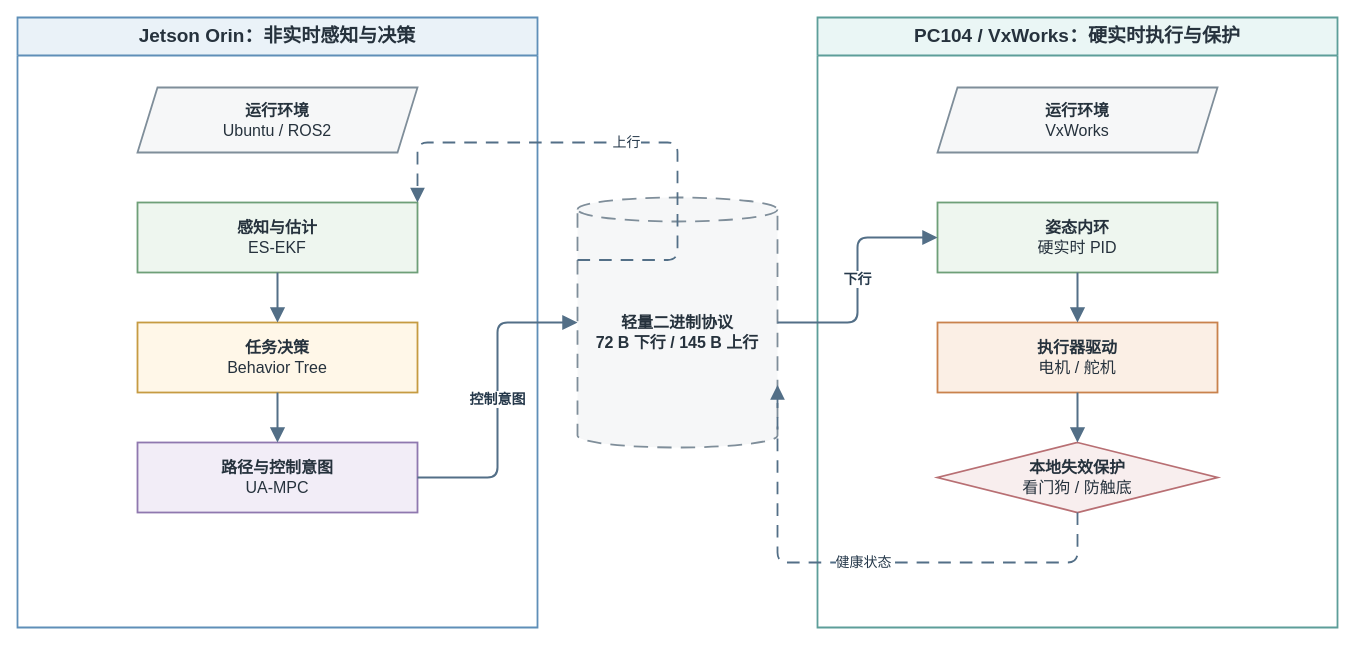
This is docs/thesis/figures/architecture/auv_v2_dual_brain_async_hardware.drawio from 360ZMEM/AUV-Master-Project, a draw.io file, before an edit. Source tidied: cells renumbered, new cells numbered last; positions are measured from the earlier drawing's top-left corner, leaving out a move shared by most shapes. Both pictures are drawn from the tidied source at 100%, with x=0, y=0 at pixel (17, 17).
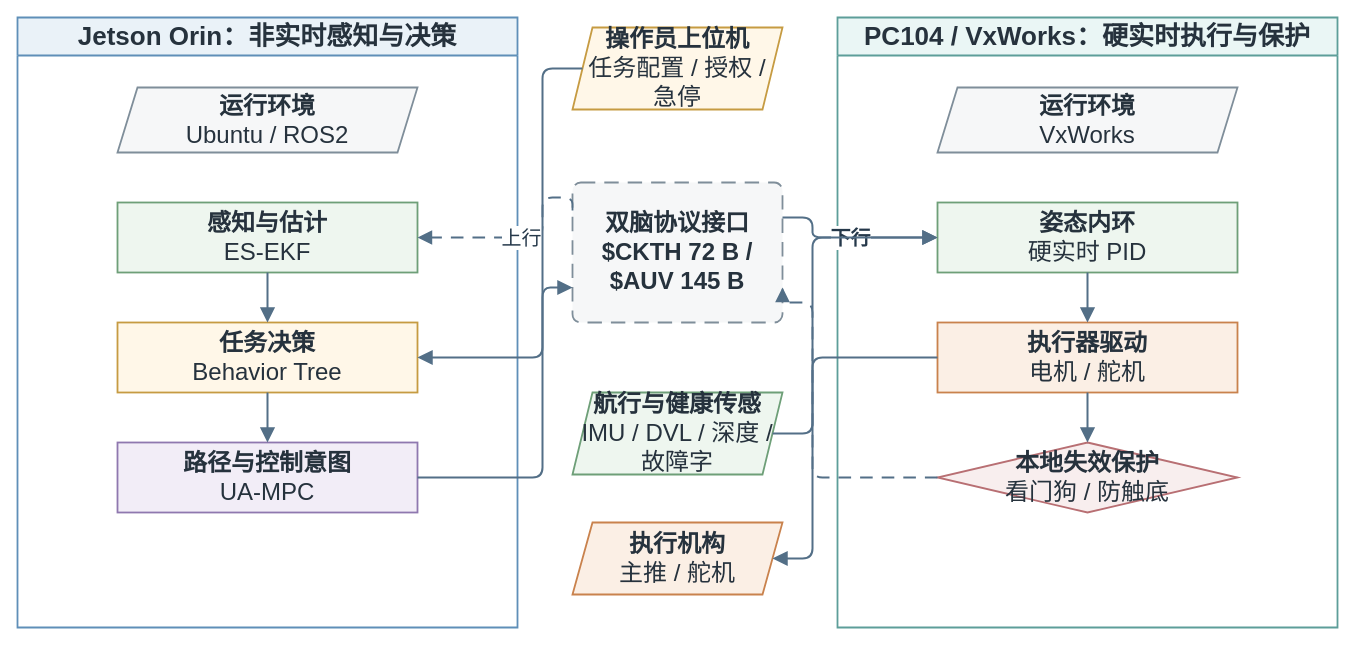
The same page after the edit.

Diff of the diagram source:
```diff
@@
-    <mxCell id="2" value="Jetson Orin：非实时感知与决策" style="swimlane;whiteSpace=wrap;html=1;startSize=38;rounded=0;fillColor=#EAF2F8;strokeColor=#5F8FB8;strokeWidth=1.8;fontFamily=Songti SC;fontSize=19;fontStyle=1;fontColor=#26323D;" parent="1" vertex="1">
-      <mxGeometry width="520" height="610" as="geometry" />
+    <mxCell id="2" value="Jetson Orin：非实时感知与决策" style="swimlane;whiteSpace=wrap;html=1;startSize=38;rounded=0;fillColor=#EAF2F8;strokeColor=#5F8FB8;strokeWidth=1.8;fontFamily=Songti SC;fontSize=26;fontStyle=1;fontColor=#26323D;" parent="1" vertex="1">
+      <mxGeometry width="500" height="610" as="geometry" />
     </mxCell>
-    <mxCell id="3" value="PC104 / VxWorks：硬实时执行与保护" style="swimlane;whiteSpace=wrap;html=1;startSize=38;rounded=0;fillColor=#EAF6F5;strokeColor=#5D9E99;strokeWidth=1.8;fontFamily=Songti SC;fontSize=19;fontStyle=1;fontColor=#26323D;" parent="1" vertex="1">
-      <mxGeometry x="800" width="520" height="610" as="geometry" />
+    <mxCell id="3" value="PC104 / VxWorks：硬实时执行与保护" style="swimlane;whiteSpace=wrap;html=1;startSize=38;rounded=0;fillColor=#EAF6F5;strokeColor=#5D9E99;strokeWidth=1.8;fontFamily=Songti SC;fontSize=26;fontStyle=1;fontColor=#26323D;" parent="1" vertex="1">
+      <mxGeometry x="820" width="500" height="610" as="geometry" />
     </mxCell>
+    <mxCell id="21" value="&lt;b&gt;操作员上位机&lt;/b&gt;&lt;br&gt;任务配置 / 授权 / 急停" style="shape=parallelogram;perimeter=parallelogramPerimeter;fixedSize=1;whiteSpace=wrap;html=1;align=center;verticalAlign=middle;fillColor=#FFF7E8;strokeColor=#C69B42;strokeWidth=1.8;spacing=8;fontFamily=Songti SC;fontSize=24;fontColor=#26323D;" parent="1" vertex="1">
+      <mxGeometry x="555" y="10" width="210" height="82" as="geometry" />
+    </mxCell>
-    <mxCell id="4" value="&lt;b&gt;轻量二进制协议&lt;/b&gt;&lt;br&gt;72 B 下行 / 145 B 上行" style="shape=cylinder3;boundedLbl=1;backgroundOutline=1;size=12;whiteSpace=wrap;html=1;align=center;verticalAlign=middle;fillColor=#F6F7F8;strokeColor=#7F8E9A;strokeWidth=1.8;spacing=8;fontFamily=Songti SC;fontSize=16;fontColor=#26323D;dashed=1;dashPattern=8 5;fontStyle=1;" parent="1" vertex="1">
-      <mxGeometry x="560" y="180" width="200" height="250" as="geometry" />
+    <mxCell id="4" value="&lt;b&gt;双脑协议接口&lt;/b&gt;&lt;br&gt;$CKTH 72 B / $AUV 145 B" style="rounded=1;arcSize=6;whiteSpace=wrap;html=1;align=center;verticalAlign=middle;fillColor=#F6F7F8;strokeColor=#7F8E9A;strokeWidth=1.8;spacing=8;fontFamily=Songti SC;fontSize=24;fontColor=#26323D;dashed=1;dashPattern=8 5;fontStyle=1;" parent="1" vertex="1">
+      <mxGeometry x="555" y="165" width="210" height="140" as="geometry" />
     </mxCell>
+    <mxCell id="22" value="&lt;b&gt;航行与健康传感&lt;/b&gt;&lt;br&gt;IMU / DVL / 深度 / 故障字" style="shape=parallelogram;perimeter=parallelogramPerimeter;fixedSize=1;whiteSpace=wrap;html=1;align=center;verticalAlign=middle;fillColor=#EEF6EF;strokeColor=#6E9F78;strokeWidth=1.8;spacing=8;fontFamily=Songti SC;fontSize=24;fontColor=#26323D;" parent="1" vertex="1">
+      <mxGeometry x="555" y="375" width="210" height="82" as="geometry" />
+    </mxCell>
+    <mxCell id="23" value="&lt;b&gt;执行机构&lt;/b&gt;&lt;br&gt;主推 / 舵机" style="shape=parallelogram;perimeter=parallelogramPerimeter;fixedSize=1;whiteSpace=wrap;html=1;align=center;verticalAlign=middle;fillColor=#FBEFE5;strokeColor=#C9824D;strokeWidth=1.8;spacing=8;fontFamily=Songti SC;fontSize=24;fontColor=#26323D;" parent="1" vertex="1">
+      <mxGeometry x="555" y="505" width="210" height="72" as="geometry" />
+    </mxCell>
-    <mxCell id="5" value="&lt;b&gt;运行环境&lt;/b&gt;&lt;br&gt;Ubuntu / ROS2" style="shape=parallelogram;perimeter=parallelogramPerimeter;fixedSize=1;whiteSpace=wrap;html=1;align=center;verticalAlign=middle;fillColor=#F6F7F8;strokeColor=#7F8E9A;strokeWidth=1.8;spacing=8;fontFamily=Songti SC;fontSize=16;fontColor=#26323D;" parent="2" vertex="1">
-      <mxGeometry x="120" y="70" width="280" height="65" as="geometry" />
+    <mxCell id="5" value="&lt;b&gt;运行环境&lt;/b&gt;&lt;br&gt;Ubuntu / ROS2" style="shape=parallelogram;perimeter=parallelogramPerimeter;fixedSize=1;whiteSpace=wrap;html=1;align=center;verticalAlign=middle;fillColor=#F6F7F8;strokeColor=#7F8E9A;strokeWidth=1.8;spacing=8;fontFamily=Songti SC;fontSize=24;fontColor=#26323D;" parent="2" vertex="1">
+      <mxGeometry x="100" y="70" width="300" height="65" as="geometry" />
     </mxCell>
-    <mxCell id="6" value="&lt;b&gt;感知与估计&lt;/b&gt;&lt;br&gt;ES-EKF" style="rounded=0;whiteSpace=wrap;html=1;align=center;verticalAlign=middle;fillColor=#EEF6EF;strokeColor=#6E9F78;strokeWidth=1.8;spacing=8;fontFamily=Songti SC;fontSize=16;fontColor=#26323D;" parent="2" vertex="1">
-      <mxGeometry x="120" y="185" width="280" height="70" as="geometry" />
+    <mxCell id="6" value="&lt;b&gt;感知与估计&lt;/b&gt;&lt;br&gt;ES-EKF" style="rounded=0;whiteSpace=wrap;html=1;align=center;verticalAlign=middle;fillColor=#EEF6EF;strokeColor=#6E9F78;strokeWidth=1.8;spacing=8;fontFamily=Songti SC;fontSize=24;fontColor=#26323D;" parent="2" vertex="1">
+      <mxGeometry x="100" y="185" width="300" height="70" as="geometry" />
     </mxCell>
-    <mxCell id="7" value="&lt;b&gt;任务决策&lt;/b&gt;&lt;br&gt;Behavior Tree" style="rounded=0;whiteSpace=wrap;html=1;align=center;verticalAlign=middle;fillColor=#FFF7E8;strokeColor=#C69B42;strokeWidth=1.8;spacing=8;fontFamily=Songti SC;fontSize=16;fontColor=#26323D;" parent="2" vertex="1">
-      <mxGeometry x="120" y="305" width="280" height="70" as="geometry" />
+    <mxCell id="7" value="&lt;b&gt;任务决策&lt;/b&gt;&lt;br&gt;Behavior Tree" style="rounded=0;whiteSpace=wrap;html=1;align=center;verticalAlign=middle;fillColor=#FFF7E8;strokeColor=#C69B42;strokeWidth=1.8;spacing=8;fontFamily=Songti SC;fontSize=24;fontColor=#26323D;" parent="2" vertex="1">
+      <mxGeometry x="100" y="305" width="300" height="70" as="geometry" />
     </mxCell>
-    <mxCell id="8" value="&lt;b&gt;路径与控制意图&lt;/b&gt;&lt;br&gt;UA-MPC" style="rounded=0;whiteSpace=wrap;html=1;align=center;verticalAlign=middle;fillColor=#F2EDF7;strokeColor=#8F78AF;strokeWidth=1.8;spacing=8;fontFamily=Songti SC;fontSize=16;fontColor=#26323D;" parent="2" vertex="1">
-      <mxGeometry x="120" y="425" width="280" height="70" as="geometry" />
+    <mxCell id="8" value="&lt;b&gt;路径与控制意图&lt;/b&gt;&lt;br&gt;UA-MPC" style="rounded=0;whiteSpace=wrap;html=1;align=center;verticalAlign=middle;fillColor=#F2EDF7;strokeColor=#8F78AF;strokeWidth=1.8;spacing=8;fontFamily=Songti SC;fontSize=24;fontColor=#26323D;" parent="2" vertex="1">
+      <mxGeometry x="100" y="425" width="300" height="70" as="geometry" />
     </mxCell>
-    <mxCell id="9" value="&lt;b&gt;运行环境&lt;/b&gt;&lt;br&gt;VxWorks" style="shape=parallelogram;perimeter=parallelogramPerimeter;fixedSize=1;whiteSpace=wrap;html=1;align=center;verticalAlign=middle;fillColor=#F6F7F8;strokeColor=#7F8E9A;strokeWidth=1.8;spacing=8;fontFamily=Songti SC;fontSize=16;fontColor=#26323D;" parent="3" vertex="1">
-      <mxGeometry x="120" y="70" width="280" height="65" as="geometry" />
+    <mxCell id="9" value="&lt;b&gt;运行环境&lt;/b&gt;&lt;br&gt;VxWorks" style="shape=parallelogram;perimeter=parallelogramPerimeter;fixedSize=1;whiteSpace=wrap;html=1;align=center;verticalAlign=middle;fillColor=#F6F7F8;strokeColor=#7F8E9A;strokeWidth=1.8;spacing=8;fontFamily=Songti SC;fontSize=24;fontColor=#26323D;" parent="3" vertex="1">
+      <mxGeometry x="100" y="70" width="300" height="65" as="geometry" />
     </mxCell>
-    <mxCell id="10" value="&lt;b&gt;姿态内环&lt;/b&gt;&lt;br&gt;硬实时 PID" style="rounded=0;whiteSpace=wrap;html=1;align=center;verticalAlign=middle;fillColor=#EEF6EF;strokeColor=#6E9F78;strokeWidth=1.8;spacing=8;fontFamily=Songti SC;fontSize=16;fontColor=#26323D;" parent="3" vertex="1">
-      <mxGeometry x="120" y="185" width="280" height="70" as="geometry" />
+    <mxCell id="10" value="&lt;b&gt;姿态内环&lt;/b&gt;&lt;br&gt;硬实时 PID" style="rounded=0;whiteSpace=wrap;html=1;align=center;verticalAlign=middle;fillColor=#EEF6EF;strokeColor=#6E9F78;strokeWidth=1.8;spacing=8;fontFamily=Songti SC;fontSize=24;fontColor=#26323D;" parent="3" vertex="1">
+      <mxGeometry x="100" y="185" width="300" height="70" as="geometry" />
     </mxCell>
-    <mxCell id="11" value="&lt;b&gt;执行器驱动&lt;/b&gt;&lt;br&gt;电机 / 舵机" style="rounded=0;whiteSpace=wrap;html=1;align=center;verticalAlign=middle;fillColor=#FBEFE5;strokeColor=#C9824D;strokeWidth=1.8;spacing=8;fontFamily=Songti SC;fontSize=16;fontColor=#26323D;" parent="3" vertex="1">
-      <mxGeometry x="120" y="305" width="280" height="70" as="geometry" />
+    <mxCell id="11" value="&lt;b&gt;执行器驱动&lt;/b&gt;&lt;br&gt;电机 / 舵机" style="rounded=0;whiteSpace=wrap;html=1;align=center;verticalAlign=middle;fillColor=#FBEFE5;strokeColor=#C9824D;strokeWidth=1.8;spacing=8;fontFamily=Songti SC;fontSize=24;fontColor=#26323D;" parent="3" vertex="1">
+      <mxGeometry x="100" y="305" width="300" height="70" as="geometry" />
     </mxCell>
-    <mxCell id="12" value="&lt;b&gt;本地失效保护&lt;/b&gt;&lt;br&gt;看门狗 / 防触底" style="rhombus;whiteSpace=wrap;html=1;align=center;verticalAlign=middle;fillColor=#F8EEEE;strokeColor=#B86F73;strokeWidth=1.8;spacing=8;fontFamily=Songti SC;fontSize=16;fontColor=#26323D;" parent="3" vertex="1">
-      <mxGeometry x="120" y="425" width="280" height="70" as="geometry" />
+    <mxCell id="12" value="&lt;b&gt;本地失效保护&lt;/b&gt;&lt;br&gt;看门狗 / 防触底" style="rhombus;whiteSpace=wrap;html=1;align=center;verticalAlign=middle;fillColor=#F8EEEE;strokeColor=#B86F73;strokeWidth=1.8;spacing=8;fontFamily=Songti SC;fontSize=24;fontColor=#26323D;" parent="3" vertex="1">
+      <mxGeometry x="100" y="425" width="300" height="70" as="geometry" />
     </mxCell>
-    <mxCell id="13" style="edgeStyle=orthogonalEdgeStyle;rounded=1;jettySize=auto;html=1;strokeColor=#536F87;strokeWidth=2.0;fontFamily=Songti SC;fontSize=14;fontStyle=1;fontColor=#25384A;labelBackgroundColor=#FFFFFF;labelBorderColor=none;endArrow=block;endFill=1;endSize=10;exitX=0.5;exitY=1;entryX=0.5;entryY=0;" parent="1" edge="1" source="6" target="7">
+    <mxCell id="13" style="edgeStyle=orthogonalEdgeStyle;rounded=1;jettySize=auto;html=1;strokeColor=#536F87;strokeWidth=2.0;fontFamily=Songti SC;fontSize=20;fontStyle=1;fontColor=#25384A;labelBackgroundColor=#FFFFFF;labelBorderColor=none;endArrow=block;endFill=1;endSize=10;exitX=0.5;exitY=1;entryX=0.5;entryY=0;" parent="1" edge="1" source="6" target="7">
       <mxGeometry relative="1" as="geometry" />
     </mxCell>
-    <mxCell id="14" style="edgeStyle=orthogonalEdgeStyle;rounded=1;jettySize=auto;html=1;strokeColor=#536F87;strokeWidth=2.0;fontFamily=Songti SC;fontSize=14;fontStyle=1;fontColor=#25384A;labelBackgroundColor=#FFFFFF;labelBorderColor=none;endArrow=block;endFill=1;endSize=10;exitX=0.5;exitY=1;entryX=0.5;entryY=0;" parent="1" edge="1" source="7" target="8">
+    <mxCell id="14" style="edgeStyle=orthogonalEdgeStyle;rounded=1;jettySize=auto;html=1;strokeColor=#536F87;strokeWidth=2.0;fontFamily=Songti SC;fontSize=20;fontStyle=1;fontColor=#25384A;labelBackgroundColor=#FFFFFF;labelBorderColor=none;endArrow=block;endFill=1;endSize=10;exitX=0.5;exitY=1;entryX=0.5;entryY=0;" parent="1" edge="1" source="7" target="8">
       <mxGeometry relative="1" as="geometry" />
     </mxCell>
-    <mxCell id="15" style="edgeStyle=orthogonalEdgeStyle;rounded=1;jettySize=auto;html=1;strokeColor=#536F87;strokeWidth=2.0;fontFamily=Songti SC;fontSize=14;fontStyle=1;fontColor=#25384A;labelBackgroundColor=#FFFFFF;labelBorderColor=none;endArrow=block;endFill=1;endSize=10;exitX=0.5;exitY=1;entryX=0.5;entryY=0;" parent="1" edge="1" source="10" target="11">
+    <mxCell id="15" style="edgeStyle=orthogonalEdgeStyle;rounded=1;jettySize=auto;html=1;strokeColor=#536F87;strokeWidth=2.0;fontFamily=Songti SC;fontSize=20;fontStyle=1;fontColor=#25384A;labelBackgroundColor=#FFFFFF;labelBorderColor=none;endArrow=block;endFill=1;endSize=10;exitX=0.5;exitY=1;entryX=0.5;entryY=0;" parent="1" edge="1" source="10" target="11">
       <mxGeometry relative="1" as="geometry" />
     </mxCell>
-    <mxCell id="16" style="edgeStyle=orthogonalEdgeStyle;rounded=1;jettySize=auto;html=1;strokeColor=#536F87;strokeWidth=2.0;fontFamily=Songti SC;fontSize=14;fontStyle=1;fontColor=#25384A;labelBackgroundColor=#FFFFFF;labelBorderColor=none;endArrow=block;endFill=1;endSize=10;exitX=0.5;exitY=1;entryX=0.5;entryY=0;" parent="1" edge="1" source="11" target="12">
+    <mxCell id="16" style="edgeStyle=orthogonalEdgeStyle;rounded=1;jettySize=auto;html=1;strokeColor=#536F87;strokeWidth=2.0;fontFamily=Songti SC;fontSize=20;fontStyle=1;fontColor=#25384A;labelBackgroundColor=#FFFFFF;labelBorderColor=none;endArrow=block;endFill=1;endSize=10;exitX=0.5;exitY=1;entryX=0.5;entryY=0;" parent="1" edge="1" source="11" target="12">
       <mxGeometry relative="1" as="geometry" />
     </mxCell>
-    <mxCell id="17" value="控制意图" style="edgeStyle=orthogonalEdgeStyle;rounded=1;jettySize=auto;html=1;strokeColor=#536F87;strokeWidth=2.0;fontFamily=Songti SC;fontSize=14;fontStyle=1;fontColor=#25384A;labelBackgroundColor=#FFFFFF;labelBorderColor=none;endArrow=block;endFill=1;endSize=10;exitX=1;entryX=0;" parent="1" edge="1" source="8" target="4">
-      <mxGeometry relative="1" as="geometry" />
+    <mxCell id="17" style="edgeStyle=orthogonalEdgeStyle;rounded=1;jettySize=auto;html=1;strokeColor=#536F87;strokeWidth=2.0;fontFamily=Songti SC;fontSize=20;fontStyle=1;fontColor=#25384A;labelBackgroundColor=#FFFFFF;labelBorderColor=none;endArrow=block;endFill=1;endSize=10;exitX=1;entryX=0;entryY=0.75;" parent="1" edge="1" source="8" target="4">
+      <mxGeometry relative="1" as="geometry">
+        <Array as="points">
+          <mxPoint x="525" y="460" />
+          <mxPoint x="525" y="270" />
+        </Array>
+      </mxGeometry>
     </mxCell>
-    <mxCell id="18" value="下行" style="edgeStyle=orthogonalEdgeStyle;rounded=1;jettySize=auto;html=1;strokeColor=#536F87;strokeWidth=2.0;fontFamily=Songti SC;fontSize=14;fontStyle=1;fontColor=#25384A;labelBackgroundColor=#FFFFFF;labelBorderColor=none;endArrow=block;endFill=1;endSize=10;exitX=1;entryX=0;" parent="1" edge="1" source="4" target="10">
-      <mxGeometry relative="1" as="geometry" />
+    <mxCell id="18" value="下行" style="edgeStyle=orthogonalEdgeStyle;rounded=1;jettySize=auto;html=1;strokeColor=#536F87;strokeWidth=2.0;fontFamily=Songti SC;fontSize=20;fontStyle=1;fontColor=#25384A;labelBackgroundColor=#FFFFFF;labelBorderColor=none;endArrow=block;endFill=1;endSize=10;exitX=1;exitY=0.25;entryX=0;" parent="1" edge="1" source="4" target="10">
+      <mxGeometry relative="1" as="geometry">
+        <Array as="points">
+          <mxPoint x="795" y="200" />
+        </Array>
+      </mxGeometry>
     </mxCell>
-    <mxCell id="19" value="健康状态" style="edgeStyle=orthogonalEdgeStyle;rounded=1;jettySize=auto;html=1;strokeColor=#536F87;strokeWidth=1.8;fontFamily=Songti SC;fontSize=14;fontColor=#25384A;labelBackgroundColor=#FFFFFF;labelBorderColor=none;endArrow=block;endFill=1;endSize=10;dashed=1;dashPattern=7 5;exitX=0;entryX=1;entryY=0.75;" parent="1" edge="1" source="12" target="4">
+    <mxCell id="19" style="edgeStyle=orthogonalEdgeStyle;rounded=1;jettySize=auto;html=1;strokeColor=#536F87;strokeWidth=1.8;fontFamily=Songti SC;fontSize=20;fontColor=#25384A;labelBackgroundColor=#FFFFFF;labelBorderColor=none;endArrow=block;endFill=1;endSize=10;dashed=1;dashPattern=7 5;exitX=0;entryX=1;entryY=0.75;" parent="1" edge="1" source="12" target="4">
       <mxGeometry relative="1" as="geometry">
         <Array as="points">
-          <mxPoint x="900" y="545" />
-          <mxPoint x="660" y="545" />
+          <mxPoint x="795" y="460" />
+          <mxPoint x="795" y="285" />
         </Array>
       </mxGeometry>
     </mxCell>
-    <mxCell id="20" value="上行" style="edgeStyle=orthogonalEdgeStyle;rounded=1;jettySize=auto;html=1;strokeColor=#536F87;strokeWidth=1.8;fontFamily=Songti SC;fontSize=14;fontColor=#25384A;labelBackgroundColor=#FFFFFF;labelBorderColor=none;endArrow=block;endFill=1;endSize=10;dashed=1;dashPattern=7 5;exitX=0;exitY=0.25;entryX=1;" parent="1" edge="1" source="4" target="6">
+    <mxCell id="20" value="上行" style="edgeStyle=orthogonalEdgeStyle;rounded=1;jettySize=auto;html=1;strokeColor=#536F87;strokeWidth=1.8;fontFamily=Songti SC;fontSize=20;fontColor=#25384A;labelBackgroundColor=#FFFFFF;labelBorderColor=none;endArrow=block;endFill=1;endSize=10;dashed=1;dashPattern=7 5;exitX=0;exitY=0.2;entryX=1;" parent="1" edge="1" source="4" target="6">
       <mxGeometry relative="1" as="geometry">
         <Array as="points">
-          <mxPoint x="660" y="125" />
-          <mxPoint x="400" y="125" />
+          <mxPoint x="525" y="180" />
         </Array>
       </mxGeometry>
     </mxCell>
+    <mxCell id="24" style="edgeStyle=orthogonalEdgeStyle;rounded=1;jettySize=auto;html=1;strokeColor=#536F87;strokeWidth=2.0;fontFamily=Songti SC;fontSize=20;fontStyle=1;fontColor=#25384A;labelBackgroundColor=#FFFFFF;labelBorderColor=none;endArrow=block;endFill=1;endSize=10;exitX=0;entryX=1;" parent="1" edge="1" source="21" target="7">
+      <mxGeometry relative="1" as="geometry">
+        <Array as="points">
+          <mxPoint x="525" y="51" />
+          <mxPoint x="525" y="340" />
+        </Array>
+      </mxGeometry>
+    </mxCell>
+    <mxCell id="25" style="edgeStyle=orthogonalEdgeStyle;rounded=1;jettySize=auto;html=1;strokeColor=#536F87;strokeWidth=2.0;fontFamily=Songti SC;fontSize=20;fontStyle=1;fontColor=#25384A;labelBackgroundColor=#FFFFFF;labelBorderColor=none;endArrow=block;endFill=1;endSize=10;exitX=1;entryX=0;" parent="1" edge="1" source="22" target="10">
+      <mxGeometry relative="1" as="geometry">
+        <Array as="points">
+          <mxPoint x="795" y="416" />
+          <mxPoint x="795" y="220" />
+        </Array>
+      </mxGeometry>
+    </mxCell>
+    <mxCell id="26" style="edgeStyle=orthogonalEdgeStyle;rounded=1;jettySize=auto;html=1;strokeColor=#536F87;strokeWidth=2.0;fontFamily=Songti SC;fontSize=20;fontStyle=1;fontColor=#25384A;labelBackgroundColor=#FFFFFF;labelBorderColor=none;endArrow=block;endFill=1;endSize=10;exitX=0;entryX=1;" parent="1" edge="1" source="11" target="23">
+      <mxGeometry relative="1" as="geometry">
+        <Array as="points">
+          <mxPoint x="795" y="340" />
+          <mxPoint x="795" y="541" />
+        </Array>
+      </mxGeometry>
+    </mxCell>
```
